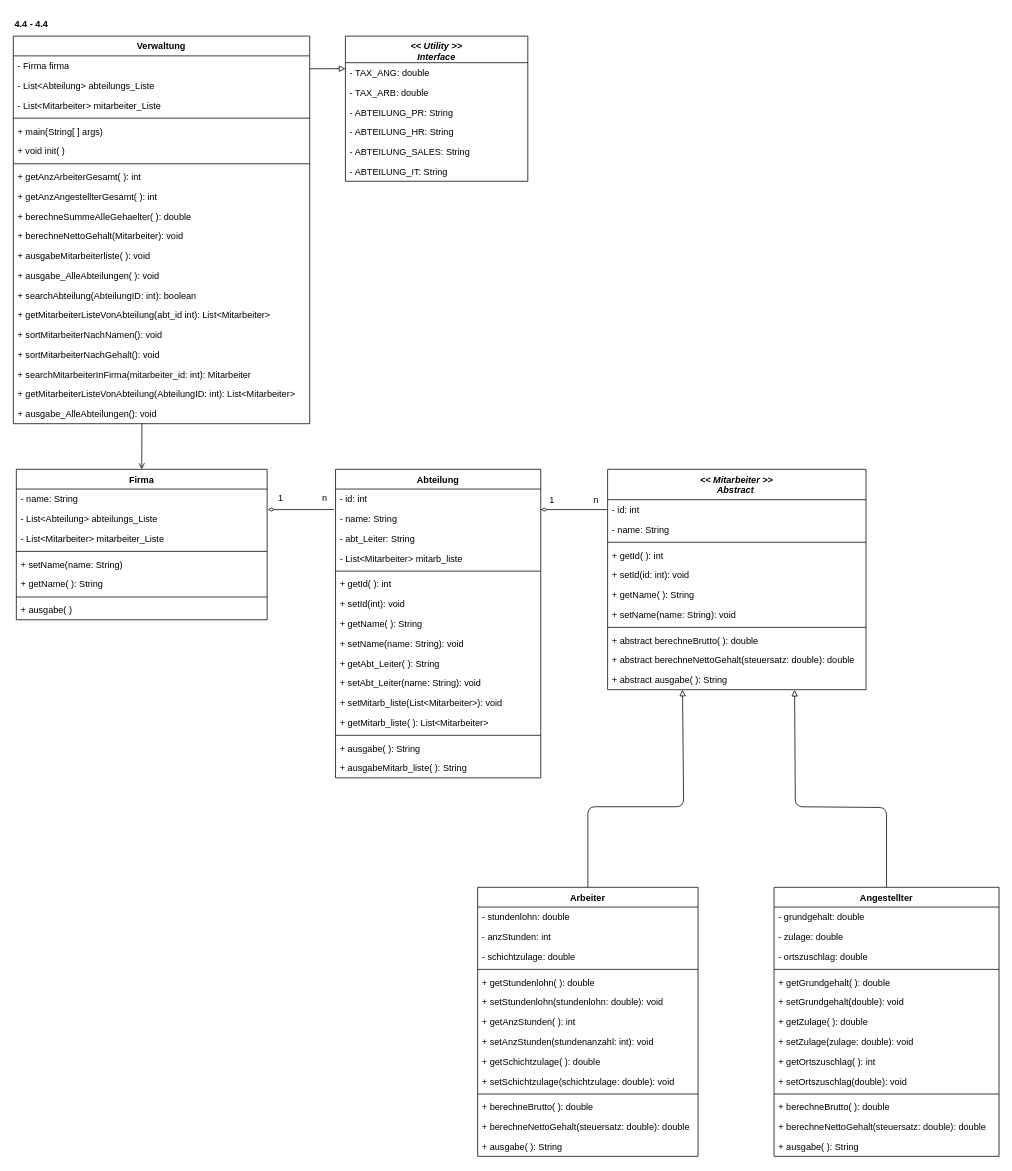
mbalabanov/ClassDiagramFirmaV4_1 keeps this draw.io diagram as FirmaV4_3-4_4_ClassDiagram.drawio. Above is the earlier version. Source tidied: cells renumbered, new cells numbered last; positions are measured from the earlier drawing's top-left corner, leaving out a move shared by most shapes. Both pictures are drawn from the tidied source at 76%, with x=0, y=0 at pixel (13, 13).
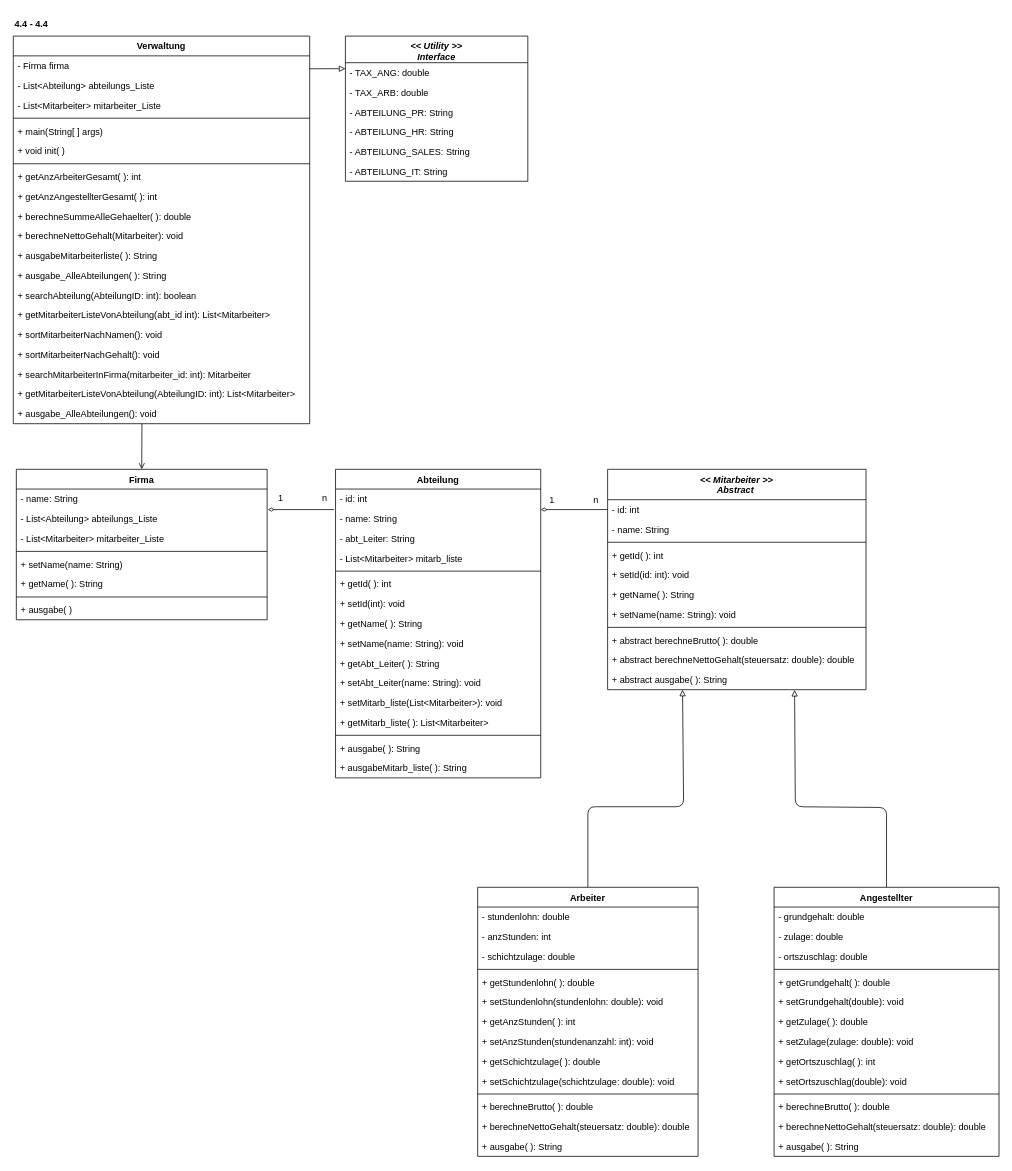
The same page after the edit.

Commit message (it also covers changes not shown here):
Updates UML class diagrams

Unchanged cells that the change refers to:
```xml
<mxCell id="47" value="Verwaltung" style="swimlane;fontStyle=1;align=center;verticalAlign=top;horizontal=1;startSize=26;" parent="1" vertex="1">
  <mxGeometry y="30" width="390" height="510" as="geometry" />
</mxCell>
```

What changed in the source:
```diff
@@
-    <mxCell id="59" value="+ ausgabeMitarbeiterliste( ): void" style="text;strokeColor=none;fillColor=none;align=left;verticalAlign=top;spacingLeft=4;spacingRight=4;overflow=hidden;" parent="47" vertex="1">
+    <mxCell id="59" value="+ ausgabeMitarbeiterliste( ): String" style="text;strokeColor=none;fillColor=none;align=left;verticalAlign=top;spacingLeft=4;spacingRight=4;overflow=hidden;" parent="47" vertex="1">
       <mxGeometry y="276" width="390" height="26" as="geometry" />
     </mxCell>
-    <mxCell id="60" value="+ ausgabe_AlleAbteilungen( ): void" style="text;strokeColor=none;fillColor=none;align=left;verticalAlign=top;spacingLeft=4;spacingRight=4;overflow=hidden;" parent="47" vertex="1">
+    <mxCell id="60" value="+ ausgabe_AlleAbteilungen( ): String" style="text;strokeColor=none;fillColor=none;align=left;verticalAlign=top;spacingLeft=4;spacingRight=4;overflow=hidden;" parent="47" vertex="1">
       <mxGeometry y="302" width="390" height="26" as="geometry" />
     </mxCell>
```
